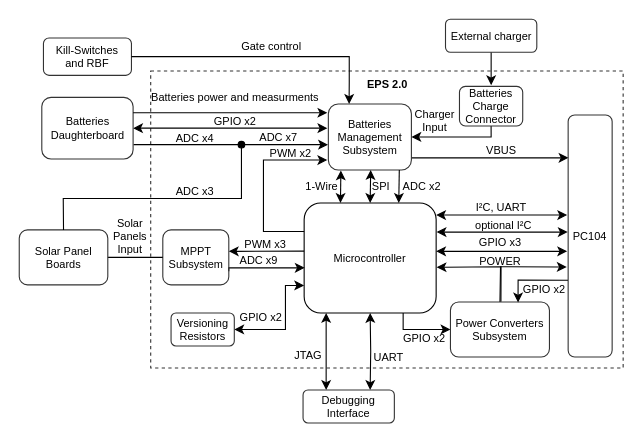
Above: doc/figures/eps2_mcu_diagram.drawio in spacelab-ufsc/eps2 (draw.io), before the change. Source tidied: cells renumbered, new cells numbered last; positions are measured from the earlier drawing's top-left corner, leaving out a move shared by most shapes. Both pictures are drawn from the tidied source at 110%, with x=0, y=0 at pixel (19, 19).
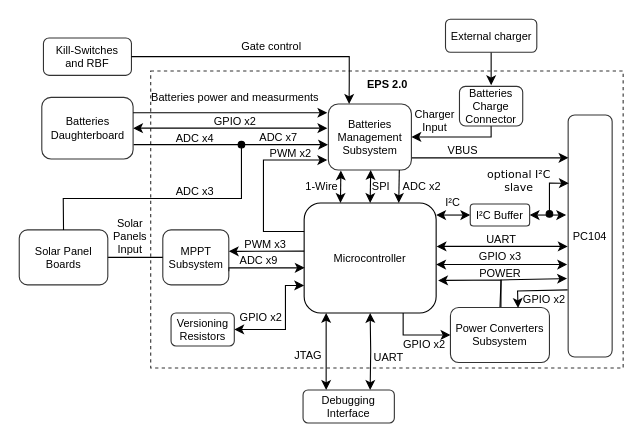
The same diagram, later.

Commit message (it also covers changes not shown here):
doc: chapters: system_overview: Updating MCU diagram to include I2C buffer, also updating MCU and power diagrans to PDF version and deleting png source #97

The change refers to these unchanged cells:
```xml
<mxCell id="9" value="Microcontroller" style="rounded=1;whiteSpace=wrap;html=1;strokeWidth=1;fillColor=none;fontSize=10;glass=0;shadow=0;sketch=0;" parent="1" vertex="1">
  <mxGeometry x="259" y="167" width="120" height="100" as="geometry" />
</mxCell>
<mxCell id="20" value="PC104" style="rounded=1;whiteSpace=wrap;html=1;strokeColor=#333333;strokeWidth=1;fillColor=none;fontSize=10;" parent="1" vertex="1">
  <mxGeometry x="499" y="87" width="40" height="220" as="geometry" />
</mxCell>
```

Change to the diagram source:
```diff
@@
-    <mxCell id="3" style="endArrow=classic;html=1;entryX=-0.032;entryY=0.61;entryDx=0;entryDy=0;entryPerimeter=0;rounded=0;exitX=0.5;exitY=0;exitDx=0;exitDy=0;" parent="1" edge="1" source="12">
+    <mxCell id="3" style="endArrow=classic;html=1;entryX=-0.025;entryY=0.676;entryDx=0;entryDy=0;entryPerimeter=0;rounded=0;exitX=0.5;exitY=0;exitDx=0;exitDy=0;" parent="1" edge="1" source="12" target="20">
       <mxGeometry relative="1" as="geometry">
-        <mxPoint x="497.7" y="225.2" as="targetPoint" />
         <Array as="points">
-          <mxPoint x="437.5" y="225" />
+          <mxPoint x="438" y="237" />
         </Array>
       </mxGeometry>
     </mxCell>
-    <mxCell id="4" style="endArrow=classic;html=1;entryX=1.003;entryY=0.565;entryDx=0;entryDy=0;entryPerimeter=0;rounded=0;exitX=0.51;exitY=-0.004;exitDx=0;exitDy=0;exitPerimeter=0;" parent="1" edge="1" source="12">
+    <mxCell id="4" style="endArrow=classic;html=1;entryX=1.015;entryY=0.704;entryDx=0;entryDy=0;entryPerimeter=0;rounded=0;exitX=0.51;exitY=-0.004;exitDx=0;exitDy=0;exitPerimeter=0;" parent="1" edge="1" source="12" target="9">
       <mxGeometry relative="1" as="geometry">
-        <mxPoint x="379.4" y="225.5" as="targetPoint" />
         <Array as="points">
-          <mxPoint x="438" y="225" />
+          <mxPoint x="438" y="237" />
         </Array>
       </mxGeometry>
     </mxCell>
     <mxCell id="5" style="edgeStyle=orthogonalEdgeStyle;rounded=0;orthogonalLoop=1;jettySize=auto;html=1;exitX=1;exitY=0.5;exitDx=0;exitDy=0;startArrow=classic;startFill=1;endArrow=classic;endFill=1;fontSize=10;entryX=-0.022;entryY=0.591;entryDx=0;entryDy=0;entryPerimeter=0;" parent="1" edge="1">
       <mxGeometry relative="1" as="geometry">
-        <mxPoint x="379" y="211" as="sourcePoint" />
-        <mxPoint x="498.1" y="211" as="targetPoint" />
+        <mxPoint x="379" y="223" as="sourcePoint" />
+        <mxPoint x="498.1" y="223" as="targetPoint" />
       </mxGeometry>
     </mxCell>
     <mxCell id="6" style="edgeStyle=orthogonalEdgeStyle;rounded=0;jettySize=auto;html=1;exitX=0.75;exitY=1;exitDx=0;exitDy=0;entryX=0;entryY=0.5;entryDx=0;entryDy=0;startArrow=none;startFill=0;endArrow=classic;endFill=1;fontSize=10;" parent="1" edge="1" source="9" target="12">
       <mxGeometry relative="1" as="geometry">
         <Array as="points">
-          <mxPoint x="349" y="282" />
+          <mxPoint x="349" y="287" />
         </Array>
       </mxGeometry>
     </mxCell>
@@
     <mxCell id="12" value="Power Converters Subsystem" style="rounded=1;whiteSpace=wrap;html=1;strokeColor=#333333;strokeWidth=1;fontSize=10;fillColor=none;" parent="1" vertex="1">
-      <mxGeometry x="392" y="257" width="90" height="50" as="geometry" />
+      <mxGeometry x="392" y="262" width="90" height="50" as="geometry" />
     </mxCell>
@@
-    <mxCell id="33" style="edgeStyle=orthogonalEdgeStyle;rounded=0;orthogonalLoop=1;jettySize=auto;html=1;exitX=1;exitY=0.5;exitDx=0;exitDy=0;startArrow=classic;startFill=1;endArrow=classic;endFill=1;fontSize=10;entryX=-0.022;entryY=0.591;entryDx=0;entryDy=0;entryPerimeter=0;" parent="1" edge="1">
+    <mxCell id="33" style="edgeStyle=orthogonalEdgeStyle;rounded=0;jettySize=auto;html=1;exitX=1;exitY=0.5;exitDx=0;exitDy=0;startArrow=classic;startFill=1;endArrow=classic;endFill=1;fontSize=10;entryX=0;entryY=0.5;entryDx=0;entryDy=0;" parent="1" edge="1" target="66">
       <mxGeometry relative="1" as="geometry">
         <mxPoint x="379" y="178" as="sourcePoint" />
-        <mxPoint x="498.1" y="178" as="targetPoint" />
       </mxGeometry>
     </mxCell>
     <mxCell id="34" value="GPIO x2" style="text;html=1;strokeColor=none;fillColor=none;align=center;verticalAlign=middle;whiteSpace=wrap;rounded=0;shadow=0;glass=0;sketch=0;fontSize=10;" parent="1" vertex="1">
-      <mxGeometry x="345" y="282" width="47" height="15" as="geometry" />
+      <mxGeometry x="345" y="287" width="47" height="15" as="geometry" />
     </mxCell>
-    <mxCell id="35" value="I²C, UART" style="text;html=1;strokeColor=none;fillColor=none;align=center;verticalAlign=middle;whiteSpace=wrap;rounded=0;shadow=0;glass=0;sketch=0;fontSize=10;" parent="1" vertex="1">
-      <mxGeometry x="405" y="163" width="67" height="15" as="geometry" />
+    <mxCell id="35" value="I²C" style="text;html=1;strokeColor=none;fillColor=none;align=center;verticalAlign=middle;whiteSpace=wrap;rounded=0;shadow=0;glass=0;sketch=0;fontSize=10;" parent="1" vertex="1">
+      <mxGeometry x="381" y="158" width="26.5" height="15" as="geometry" />
     </mxCell>
     <mxCell id="36" value="GPIO x3" style="text;html=1;strokeColor=none;fillColor=none;align=center;verticalAlign=middle;whiteSpace=wrap;rounded=0;shadow=0;glass=0;sketch=0;fontSize=10;" parent="1" vertex="1">
-      <mxGeometry x="403.5" y="195.5" width="67" height="15" as="geometry" />
+      <mxGeometry x="403.5" y="207.5" width="67" height="15" as="geometry" />
     </mxCell>
-    <mxCell id="37" style="endArrow=classic;html=1;fontSize=10;exitX=-0.004;exitY=0.683;exitDx=0;exitDy=0;exitPerimeter=0;rounded=0;entryX=0.683;entryY=0.008;entryDx=0;entryDy=0;fontColor=#FF0000;entryPerimeter=0;" parent="1" edge="1" source="20" target="12">
+    <mxCell id="37" style="endArrow=classic;html=1;fontSize=10;exitX=1;exitY=0;exitDx=0;exitDy=0;rounded=0;entryX=0.683;entryY=0.008;entryDx=0;entryDy=0;fontColor=#FF0000;entryPerimeter=0;" parent="1" edge="1" source="38" target="12">
       <mxGeometry relative="1" as="geometry">
         <Array as="points">
-          <mxPoint x="453.5" y="237" />
+          <mxPoint x="453" y="247" />
         </Array>
       </mxGeometry>
     </mxCell>
     <mxCell id="38" value="GPIO x2" style="text;html=1;strokeColor=none;fillColor=none;align=center;verticalAlign=middle;whiteSpace=wrap;rounded=0;shadow=0;glass=0;sketch=0;fontSize=10;" parent="1" vertex="1">
-      <mxGeometry x="455.5" y="237" width="43" height="15" as="geometry" />
+      <mxGeometry x="455.5" y="246" width="43" height="15" as="geometry" />
     </mxCell>
     <mxCell id="39" value="POWER" style="text;html=1;strokeColor=none;fillColor=none;align=center;verticalAlign=middle;whiteSpace=wrap;rounded=0;shadow=0;glass=0;sketch=0;fontSize=10;" parent="1" vertex="1">
-      <mxGeometry x="415.5" y="216" width="43" height="8" as="geometry" />
+      <mxGeometry x="415.5" y="227" width="43" height="8" as="geometry" />
     </mxCell>
     <mxCell id="40" style="edgeStyle=orthogonalEdgeStyle;rounded=0;orthogonalLoop=1;jettySize=auto;html=1;exitX=1;exitY=0.5;exitDx=0;exitDy=0;startArrow=classic;startFill=1;endArrow=classic;endFill=1;fontSize=10;entryX=-0.022;entryY=0.591;entryDx=0;entryDy=0;entryPerimeter=0;" parent="1" edge="1">
       <mxGeometry relative="1" as="geometry">
-        <mxPoint x="379.4" y="193.5" as="sourcePoint" />
-        <mxPoint x="498.6" y="193.5" as="targetPoint" />
+        <mxPoint x="379.4" y="206.5" as="sourcePoint" />
+        <mxPoint x="498.6" y="206.5" as="targetPoint" />
       </mxGeometry>
     </mxCell>
-    <mxCell id="41" value="optional I²C" style="text;html=1;fillColor=none;align=center;verticalAlign=middle;whiteSpace=wrap;rounded=0;shadow=0;glass=0;sketch=0;fontSize=10;" parent="1" vertex="1">
-      <mxGeometry x="407" y="179.5" width="67" height="15" as="geometry" />
-    </mxCell>
@@
     <mxCell id="54" value="VBUS" style="text;html=1;strokeColor=none;fillColor=none;align=center;verticalAlign=middle;whiteSpace=wrap;rounded=0;shadow=0;glass=0;sketch=0;fontSize=10;" parent="1" vertex="1">
-      <mxGeometry x="417" y="114" width="43" height="10" as="geometry" />
+      <mxGeometry x="382" y="114" width="43" height="10" as="geometry" />
     </mxCell>
@@
+    <mxCell id="64" style="edgeStyle=orthogonalEdgeStyle;rounded=0;jettySize=auto;html=1;exitX=1;exitY=0.5;exitDx=0;exitDy=0;entryX=-0.044;entryY=0.41;entryDx=0;entryDy=0;entryPerimeter=0;startArrow=classic;startFill=1;" parent="1" edge="1" source="66" target="20">
+      <mxGeometry relative="1" as="geometry" />
+    </mxCell>
+    <mxCell id="65" style="edgeStyle=orthogonalEdgeStyle;rounded=0;jettySize=auto;html=1;entryX=0.015;entryY=0.282;entryDx=0;entryDy=0;startArrow=oval;startFill=1;entryPerimeter=0;" parent="1" edge="1" target="20">
+      <mxGeometry relative="1" as="geometry">
+        <mxPoint x="482" y="177" as="sourcePoint" />
+        <Array as="points">
+          <mxPoint x="482" y="149" />
+        </Array>
+      </mxGeometry>
+    </mxCell>
+    <mxCell id="66" value="I²C Buffer" style="rounded=1;whiteSpace=wrap;html=1;strokeColor=#333333;strokeWidth=1;fontSize=10;fillColor=none;" parent="1" vertex="1">
+      <mxGeometry x="410" y="168" width="54" height="20" as="geometry" />
+    </mxCell>
+    <mxCell id="67" value="UART" style="text;html=1;strokeColor=none;fillColor=none;align=center;verticalAlign=middle;whiteSpace=wrap;rounded=0;shadow=0;glass=0;sketch=0;fontSize=10;" parent="1" vertex="1">
+      <mxGeometry x="405" y="192.5" width="67" height="15" as="geometry" />
+    </mxCell>
+    <mxCell id="68" value="&lt;font face=&quot;Verdana&quot;&gt;optional I²C slave&lt;/font&gt;" style="text;html=1;fillColor=none;align=center;verticalAlign=middle;whiteSpace=wrap;rounded=0;shadow=0;glass=0;sketch=0;fontSize=10;" parent="1" vertex="1">
+      <mxGeometry x="423" y="139" width="63" height="15" as="geometry" />
+    </mxCell>
```
